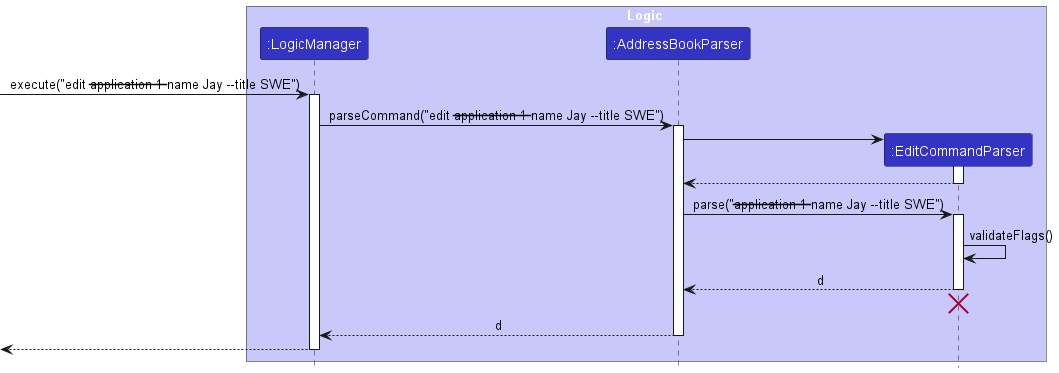
This is docs/images/enhancements/FlagChecker.png from wxwern/cs2103t-tp, a PlantUML export, as it was before one commit. Its diagram source:
```plantuml
@startuml
!include style.puml
skinparam ArrowFontStyle plain

box Logic LOGIC_COLOR_T1
participant ":LogicManager" as LogicManager LOGIC_COLOR
participant ":AddressBookParser" as AddressBookParser LOGIC_COLOR
participant ":EditCommandParser" as EditCommandParser LOGIC_COLOR
end box

[-> LogicManager : execute("edit --application 1 --name Jay --title SWE")
activate LogicManager

LogicManager -> AddressBookParser : parseCommand("edit --application 1 --name Jay --title SWE")
activate AddressBookParser

create EditCommandParser
AddressBookParser -> EditCommandParser
activate EditCommandParser

EditCommandParser --> AddressBookParser
deactivate EditCommandParser

AddressBookParser -> EditCommandParser : parse("--application 1 --name Jay --title SWE")
activate EditCommandParser

EditCommandParser -> EditCommandParser : validateFlags()

EditCommandParser --> AddressBookParser : d
deactivate EditCommandParser
EditCommandParser -[hidden]-> AddressBookParser
destroy EditCommandParser

AddressBookParser --> LogicManager : d
deactivate AddressBookParser


[<--LogicManager
deactivate LogicManager
@enduml
```
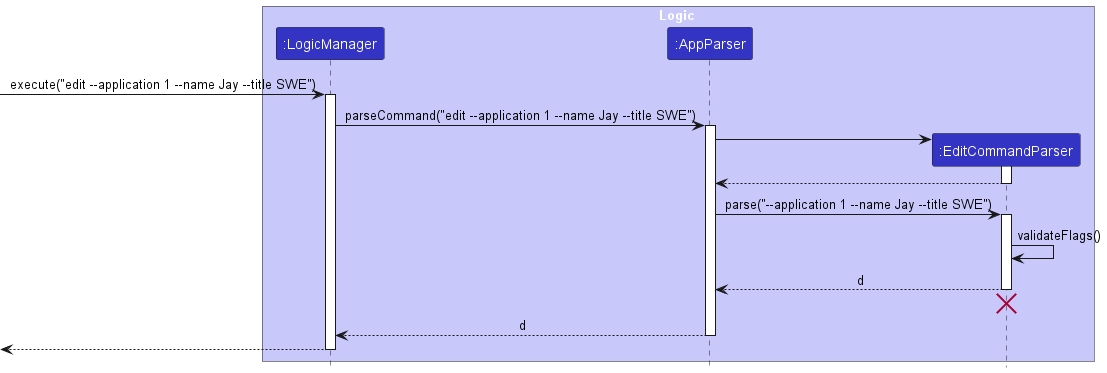
The same diagram one commit later.

Commit message:
Update flag checker diagram

Change to the diagram source:
```diff
@@ -4,14 +4,14 @@
 
 box Logic LOGIC_COLOR_T1
 participant ":LogicManager" as LogicManager LOGIC_COLOR
-participant ":AddressBookParser" as AddressBookParser LOGIC_COLOR
+participant ":AppParser" as AddressBookParser LOGIC_COLOR
 participant ":EditCommandParser" as EditCommandParser LOGIC_COLOR
 end box
 
-[-> LogicManager : execute("edit --application 1 --name Jay --title SWE")
+[-> LogicManager : execute("edit &#45;&#45;application 1 &#45;&#45;name Jay &#45;&#45;title SWE")
 activate LogicManager
 
-LogicManager -> AddressBookParser : parseCommand("edit --application 1 --name Jay --title SWE")
+LogicManager -> AddressBookParser : parseCommand("edit &#45;&#45;application 1 &#45;&#45;name Jay &#45;&#45;title SWE")
 activate AddressBookParser
 
 create EditCommandParser
@@ -21,7 +21,7 @@
 EditCommandParser --> AddressBookParser
 deactivate EditCommandParser
 
-AddressBookParser -> EditCommandParser : parse("--application 1 --name Jay --title SWE")
+AddressBookParser -> EditCommandParser : parse("&#45;&#45;application 1 &#45;&#45;name Jay &#45;&#45;title SWE")
 activate EditCommandParser
 
 EditCommandParser -> EditCommandParser : validateFlags()
```
